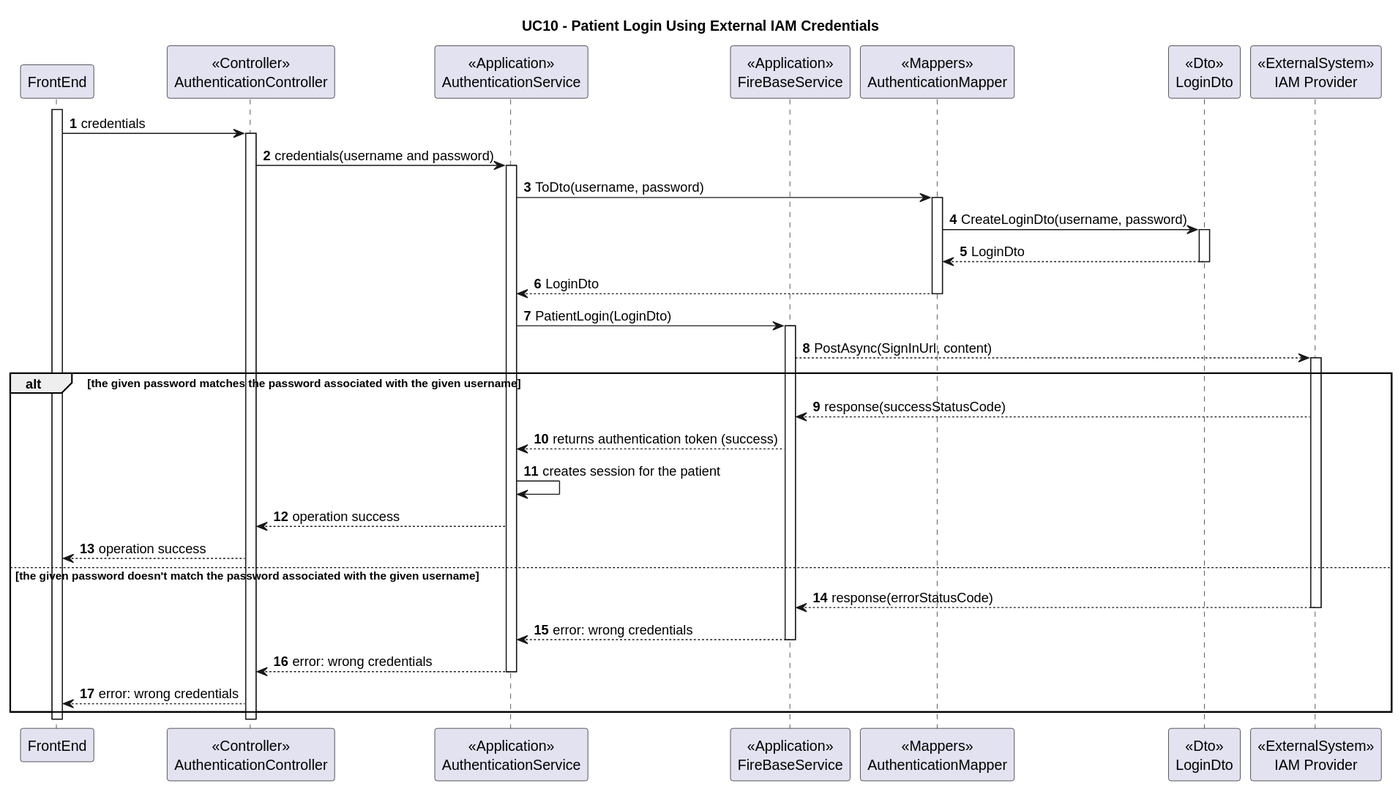
Above: Wiki/SprintA/diagrams/use-cases/10-log-in-to-the-system-using-the-IAM-credentials/level3/backend-process-view.svg in MiguelCardoso77/SurgicalSync-BackEnd (PlantUML), before the change. Its diagram source:
```plantuml
@startuml
autonumber

Title "UC10 - Patient Login Using External IAM Credentials"

participant "FrontEnd" as FE
participant "<<Controller>>\nAuthenticationController" as CN
participant "<<Application>>\nAuthenticationService" as SV
participant "<<Application>>\nFireBaseService" as FS
participant "<<Mappers>>\nAuthenticationMapper" as MP
participant "<<Dto>>\nLoginDto" as G
participant "<<ExternalSystem>>\nIAM Provider" as IAM

activate FE

FE -> CN : credentials

activate CN

CN -> SV : credentials(username and password)

activate SV

SV -> MP : ToDto(username, password)

activate MP

MP -> G : CreateLoginDto(username, password)

activate G

G --> MP : LoginDto

deactivate G

MP --> SV : LoginDto

deactivate MP

SV -> FS : PatientLogin(LoginDto)

activate FS

FS --> IAM : PostAsync(SignInUrl, content)

alt the given password matches the password associated with the given username

activate IAM

IAM --> FS : response(successStatusCode)

FS --> SV : returns authentication token (success)

SV -> SV : creates session for the patient

SV --> CN : operation success

CN --> FE : operation success

else the given password doesn't match the password associated with the given username

IAM --> FS : response(errorStatusCode)

deactivate IAM

FS --> SV : error: wrong credentials

deactivate FS

SV --> CN : error: wrong credentials

deactivate SV

CN --> FE : error: wrong credentials

end

deactivate CN

deactivate FE
@enduml
```
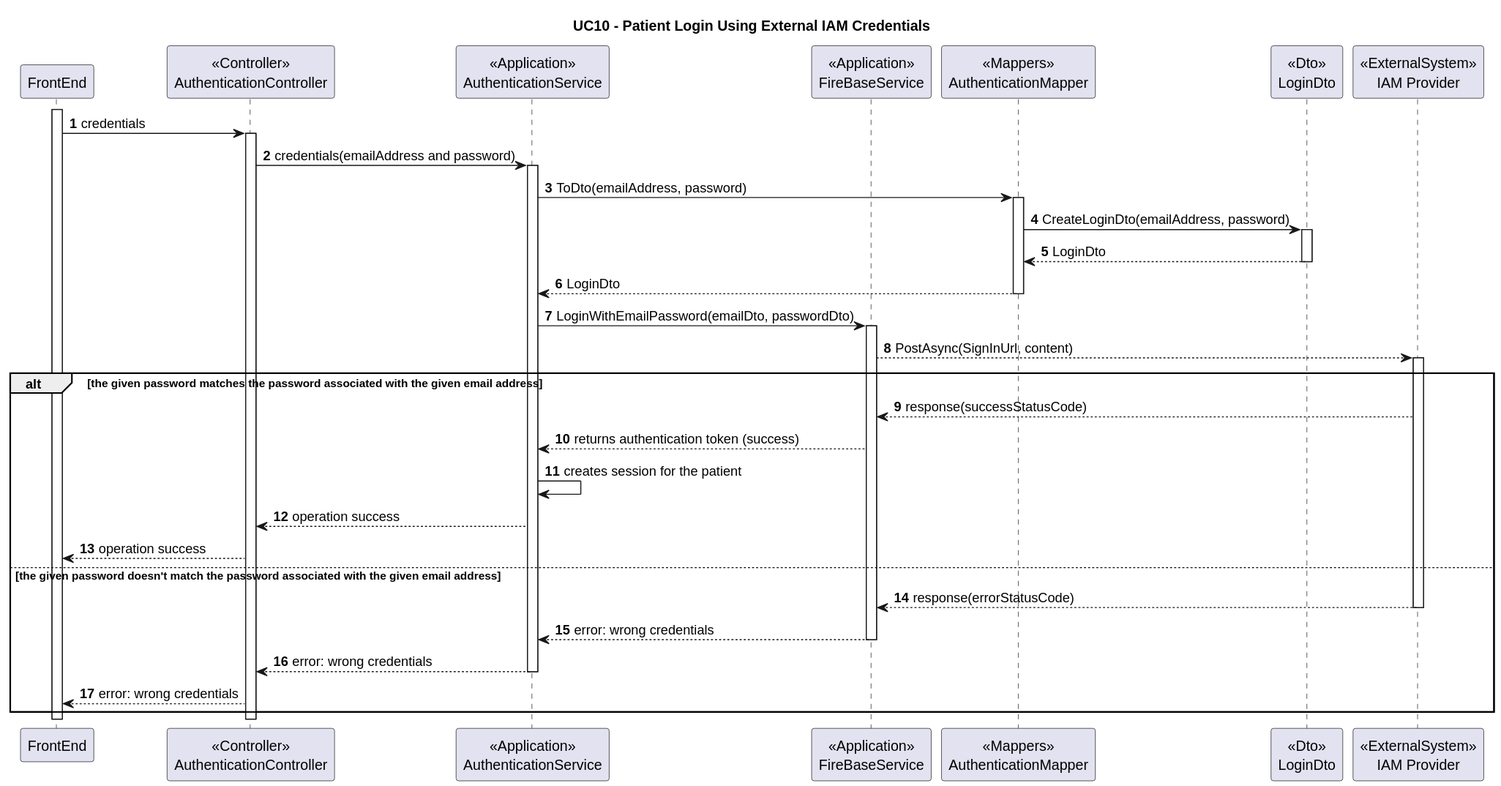
Later version of the same file.

Commit message:
#7 - Documentation for "log in to the system using the IAM credentials"

Diff of the diagram source:
```diff
@@ -17,15 +17,15 @@
 
 activate CN
 
-CN -> SV : credentials(username and password)
+CN -> SV : credentials(emailAddress and password)
 
 activate SV
 
-SV -> MP : ToDto(username, password)
+SV -> MP : ToDto(emailAddress, password)
 
 activate MP
 
-MP -> G : CreateLoginDto(username, password)
+MP -> G : CreateLoginDto(emailAddress, password)
 
 activate G
 
@@ -37,13 +37,13 @@
 
 deactivate MP
 
-SV -> FS : PatientLogin(LoginDto)
+SV -> FS : LoginWithEmailPassword(emailDto, passwordDto)
 
 activate FS
 
 FS --> IAM : PostAsync(SignInUrl, content)
 
-alt the given password matches the password associated with the given username
+alt the given password matches the password associated with the given email address
 
 activate IAM
 
@@ -57,7 +57,7 @@
 
 CN --> FE : operation success
 
-else the given password doesn't match the password associated with the given username
+else the given password doesn't match the password associated with the given email address
 
 IAM --> FS : response(errorStatusCode)
 
```
